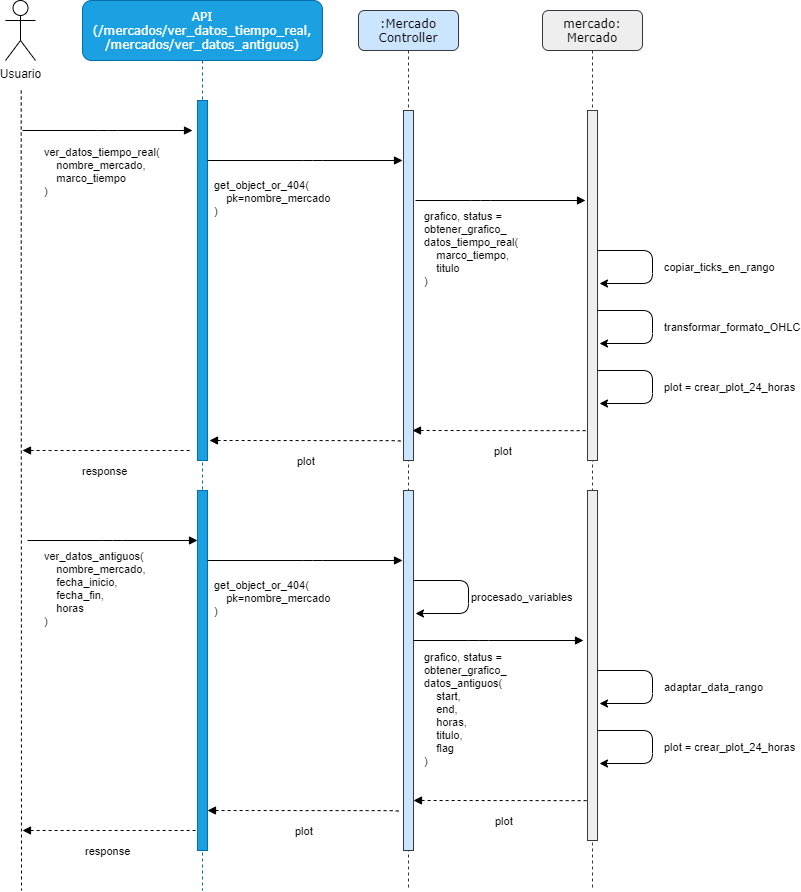
mcarmona99/TFG keeps this draw.io diagram as Memoria/imagenes/diagramas_secuencia/ver_datos.png. Above is the earlier version. Source tidied: cells renumbered, new cells last; positions are measured from the earlier drawing's top-left corner, leaving out a move shared by most shapes.
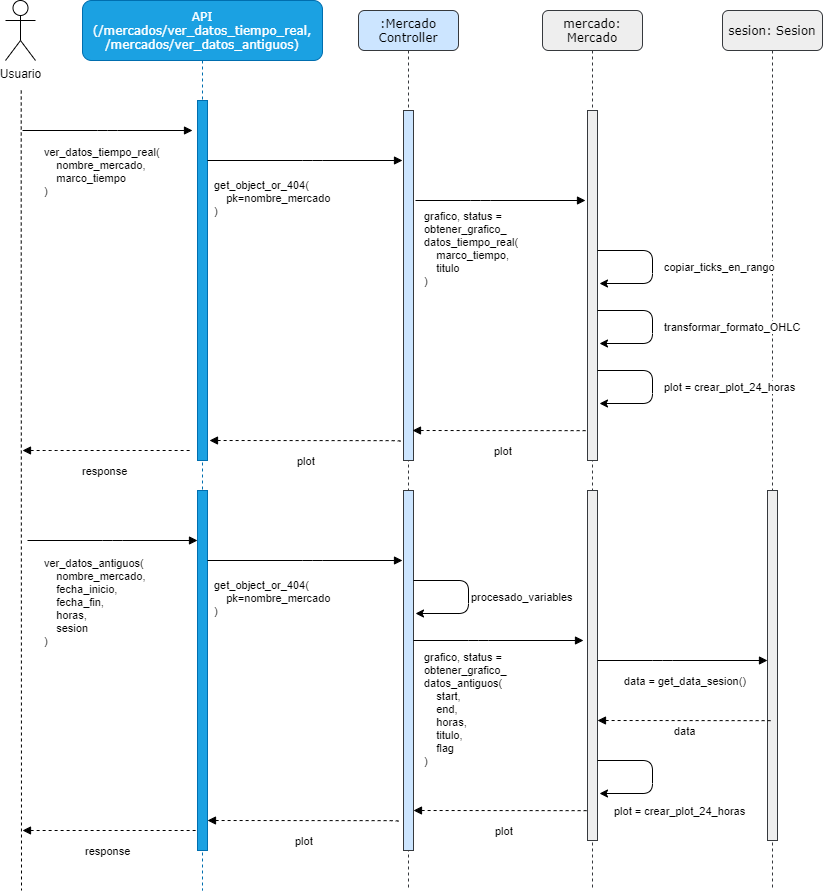
Above is the later version.

The edit, as a diff of the source:
```diff
@@ -46,6 +46,12 @@
     <mxCell id="9" value="Usuario" style="shape=umlActor;verticalLabelPosition=bottom;verticalAlign=top;html=1;" parent="1" vertex="1">
       <mxGeometry x="55" width="30" height="60" as="geometry" />
     </mxCell>
+    <mxCell id="37" value="sesion: Sesion" style="shape=umlLifeline;perimeter=lifelinePerimeter;whiteSpace=wrap;html=1;rounded=1;shadow=0;comic=0;labelBackgroundColor=none;strokeWidth=1;fontFamily=Verdana;fontSize=12;align=center;fillColor=#eeeeee;strokeColor=#36393d;" parent="1" vertex="1">
+      <mxGeometry x="772" y="10" width="100" height="880" as="geometry" />
+    </mxCell>
+    <mxCell id="38" style="html=1;perimeter=orthogonalPerimeter;rounded=0;shadow=0;comic=0;labelBackgroundColor=none;strokeWidth=1;fontFamily=Verdana;fontSize=12;align=center;fillColor=#eeeeee;strokeColor=#36393d;" parent="37" vertex="1">
+      <mxGeometry x="45" y="480" width="10" height="350" as="geometry" />
+    </mxCell>
     <mxCell id="10" value="ver_datos_tiempo_real(&lt;br&gt;&amp;nbsp; &amp;nbsp; nombre_mercado,&lt;br&gt;&amp;nbsp; &amp;nbsp; marco_tiempo&lt;br&gt;)" style="html=1;verticalAlign=bottom;endArrow=block;labelBackgroundColor=none;fontFamily=Helvetica;fontSize=11;edgeStyle=elbowEdgeStyle;elbow=vertical;align=left;" parent="1" edge="1">
       <mxGeometry x="-0.76" y="-70" relative="1" as="geometry">
         <mxPoint x="72" y="130" as="sourcePoint" />
@@ -135,11 +141,11 @@
     </mxCell>
     <mxCell id="22" value="&lt;font face=&quot;Helvetica&quot;&gt;&lt;span style=&quot;font-size: 11px&quot;&gt;plot&lt;/span&gt;&lt;/font&gt;" style="html=1;verticalAlign=bottom;endArrow=none;labelBackgroundColor=none;fontFamily=Verdana;fontSize=12;edgeStyle=elbowEdgeStyle;elbow=vertical;align=left;startArrow=block;startFill=1;endFill=0;dashed=1;entryX=0.44;entryY=0.708;entryDx=0;entryDy=0;entryPerimeter=0;" parent="1" edge="1">
       <mxGeometry x="-0.11" y="-30" relative="1" as="geometry">
-        <mxPoint x="463" y="800" as="sourcePoint" />
-        <mxPoint x="643" y="800" as="targetPoint" />
+        <mxPoint x="463" y="810" as="sourcePoint" />
+        <mxPoint x="643" y="810" as="targetPoint" />
         <Array as="points">
-          <mxPoint x="508" y="800.2" />
-          <mxPoint x="408" y="790.2" />
+          <mxPoint x="508" y="810.2" />
+          <mxPoint x="408" y="800.2" />
         </Array>
       </mxGeometry>
     </mxCell>
@@ -152,8 +158,8 @@
     <mxCell id="25" style="html=1;perimeter=orthogonalPerimeter;rounded=0;shadow=0;comic=0;labelBackgroundColor=none;strokeWidth=1;fontFamily=Verdana;fontSize=12;align=center;fillColor=#eeeeee;strokeColor=#36393d;" parent="1" vertex="1">
       <mxGeometry x="637" y="490" width="10" height="350" as="geometry" />
     </mxCell>
-    <mxCell id="26" value="ver_datos_antiguos(&lt;br&gt;&amp;nbsp; &amp;nbsp; nombre_mercado,&lt;br&gt;&amp;nbsp; &amp;nbsp; fecha_inicio,&lt;br&gt;&amp;nbsp; &amp;nbsp; fecha_fin,&lt;br&gt;&amp;nbsp; &amp;nbsp; horas&lt;br&gt;)" style="html=1;verticalAlign=bottom;endArrow=block;labelBackgroundColor=none;fontFamily=Helvetica;fontSize=11;edgeStyle=elbowEdgeStyle;elbow=vertical;align=left;" parent="1" edge="1">
-      <mxGeometry x="-0.82" y="-90" relative="1" as="geometry">
+    <mxCell id="26" value="ver_datos_antiguos(&lt;br&gt;&amp;nbsp; &amp;nbsp; nombre_mercado,&lt;br&gt;&amp;nbsp; &amp;nbsp; fecha_inicio,&lt;br&gt;&amp;nbsp; &amp;nbsp; fecha_fin,&lt;br&gt;&amp;nbsp; &amp;nbsp; horas,&lt;br&gt;&amp;nbsp; &amp;nbsp; sesion&lt;br&gt;)" style="html=1;verticalAlign=bottom;endArrow=block;labelBackgroundColor=none;fontFamily=Helvetica;fontSize=11;edgeStyle=elbowEdgeStyle;elbow=vertical;align=left;" parent="1" edge="1">
+      <mxGeometry x="-0.82" y="-110" relative="1" as="geometry">
         <mxPoint x="77" y="540" as="sourcePoint" />
         <mxPoint x="247" y="540" as="targetPoint" />
       </mxGeometry>
@@ -193,43 +199,28 @@
         <mxPoint x="11" y="-16" as="offset" />
       </mxGeometry>
     </mxCell>
-    <mxCell id="31" style="endArrow=classic;html=1;" parent="1" edge="1">
-      <mxGeometry relative="1" as="geometry">
-        <mxPoint x="647" y="670" as="sourcePoint" />
-        <mxPoint x="649" y="703" as="targetPoint" />
-        <Array as="points">
-          <mxPoint x="702" y="670" />
-          <mxPoint x="702" y="703" />
-        </Array>
-      </mxGeometry>
-    </mxCell>
-    <mxCell id="32" value="adaptar_data_rango" style="edgeLabel;html=1;align=left;verticalAlign=middle;" parent="31" vertex="1">
-      <mxGeometry x="0.39" y="-1" relative="1" as="geometry">
-        <mxPoint x="20" y="-16" as="offset" />
-      </mxGeometry>
-    </mxCell>
     <mxCell id="33" style="endArrow=classic;html=1;" parent="1" edge="1">
       <mxGeometry relative="1" as="geometry">
-        <mxPoint x="647" y="730" as="sourcePoint" />
-        <mxPoint x="649" y="763" as="targetPoint" />
+        <mxPoint x="647" y="760" as="sourcePoint" />
+        <mxPoint x="649" y="793" as="targetPoint" />
         <Array as="points">
-          <mxPoint x="702" y="730" />
-          <mxPoint x="702" y="763" />
+          <mxPoint x="702" y="760" />
+          <mxPoint x="702" y="793" />
         </Array>
       </mxGeometry>
     </mxCell>
     <mxCell id="34" value="plot = crear_plot_24_horas" style="edgeLabel;html=1;align=left;verticalAlign=middle;" parent="33" vertex="1">
       <mxGeometry x="0.39" y="-1" relative="1" as="geometry">
-        <mxPoint x="20" y="-16" as="offset" />
+        <mxPoint x="-30" y="18" as="offset" />
       </mxGeometry>
     </mxCell>
     <mxCell id="35" value="&lt;font face=&quot;Helvetica&quot;&gt;&lt;span style=&quot;font-size: 11px&quot;&gt;plot&lt;/span&gt;&lt;/font&gt;" style="html=1;verticalAlign=bottom;endArrow=none;labelBackgroundColor=none;fontFamily=Verdana;fontSize=12;edgeStyle=elbowEdgeStyle;elbow=vertical;align=left;startArrow=block;startFill=1;endFill=0;dashed=1;entryX=0.1;entryY=0.922;entryDx=0;entryDy=0;entryPerimeter=0;" parent="1" edge="1">
       <mxGeometry x="-0.11" y="-30" relative="1" as="geometry">
-        <mxPoint x="257" y="810" as="sourcePoint" />
-        <mxPoint x="449" y="811.9" as="targetPoint" />
+        <mxPoint x="257" y="820" as="sourcePoint" />
+        <mxPoint x="449" y="821.9" as="targetPoint" />
         <Array as="points">
-          <mxPoint x="302" y="810.2" />
-          <mxPoint x="202" y="800.2" />
+          <mxPoint x="302" y="820.2" />
+          <mxPoint x="202" y="810.2" />
         </Array>
       </mxGeometry>
     </mxCell>
@@ -242,5 +233,25 @@
         </Array>
       </mxGeometry>
     </mxCell>
+    <mxCell id="39" value="data = get_data_sesion()" style="html=1;verticalAlign=bottom;endArrow=block;labelBackgroundColor=none;fontFamily=Helvetica;fontSize=11;edgeStyle=elbowEdgeStyle;elbow=vertical;align=left;" parent="1" edge="1">
+      <mxGeometry x="-0.71" y="-30" relative="1" as="geometry">
+        <mxPoint x="647" y="660" as="sourcePoint" />
+        <mxPoint x="817" y="660" as="targetPoint" />
+        <Array as="points">
+          <mxPoint x="712" y="660" />
+          <mxPoint x="612" y="650" />
+        </Array>
+      </mxGeometry>
+    </mxCell>
+    <mxCell id="40" value="&lt;font face=&quot;Helvetica&quot;&gt;&lt;span style=&quot;font-size: 11px&quot;&gt;data&lt;/span&gt;&lt;/font&gt;" style="html=1;verticalAlign=bottom;endArrow=none;labelBackgroundColor=none;fontFamily=Verdana;fontSize=12;edgeStyle=elbowEdgeStyle;elbow=vertical;align=left;startArrow=block;startFill=1;endFill=0;dashed=1;" parent="1" edge="1">
+      <mxGeometry x="-0.14" y="-20" relative="1" as="geometry">
+        <mxPoint x="647" y="720" as="sourcePoint" />
+        <mxPoint x="822" y="720" as="targetPoint" />
+        <Array as="points">
+          <mxPoint x="692" y="720.2" />
+          <mxPoint x="592" y="710.2" />
+        </Array>
+      </mxGeometry>
+    </mxCell>
   </root>
 </mxGraphModel>
```
